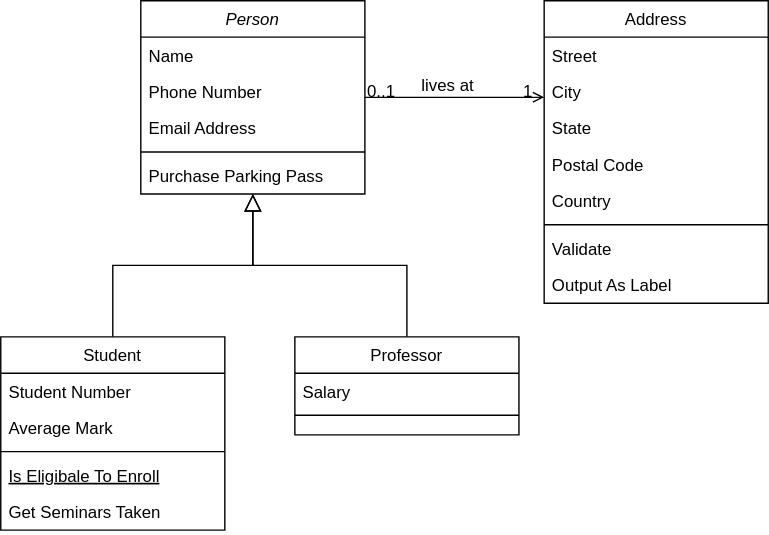
This is Diagrams/simple-model.svg from colegarien/the-thing, a draw.io export, as it was before one commit. Source tidied: cells renumbered, new cells last; positions are measured from the earlier drawing's top-left corner, leaving out a move shared by most shapes.
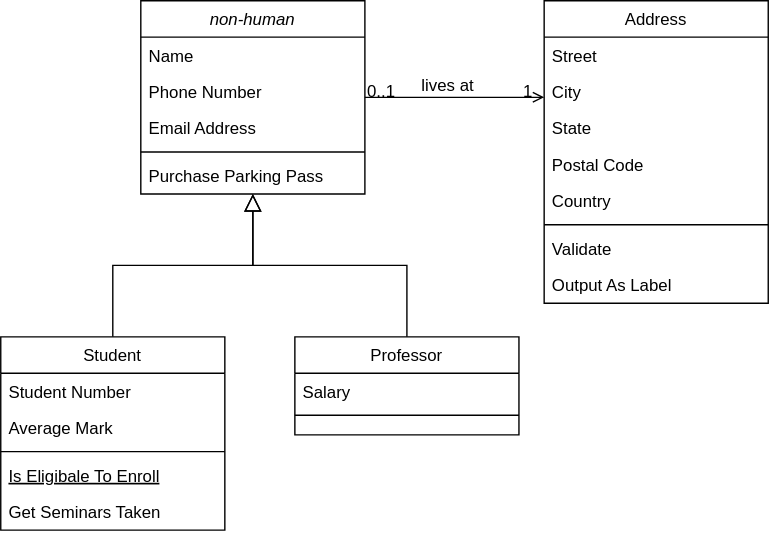
After the commit.

Change to the diagram source:
```diff
@@ -2,7 +2,7 @@
   <root>
     <mxCell id="0" />
     <mxCell id="1" parent="0" />
-    <mxCell id="2" value="Person" style="swimlane;fontStyle=2;align=center;verticalAlign=top;horizontal=1;startSize=26;rounded=0;shadow=0;strokeWidth=1;" parent="1" vertex="1">
+    <mxCell id="2" value="non-human" style="swimlane;fontStyle=2;align=center;verticalAlign=top;horizontal=1;startSize=26;rounded=0;shadow=0;strokeWidth=1;" parent="1" vertex="1">
       <mxGeometry x="100" width="160" height="138" as="geometry" />
     </mxCell>
     <mxCell id="3" value="Name" style="text;align=left;verticalAlign=top;spacingLeft=4;spacingRight=4;overflow=hidden;" parent="2" vertex="1">
```
